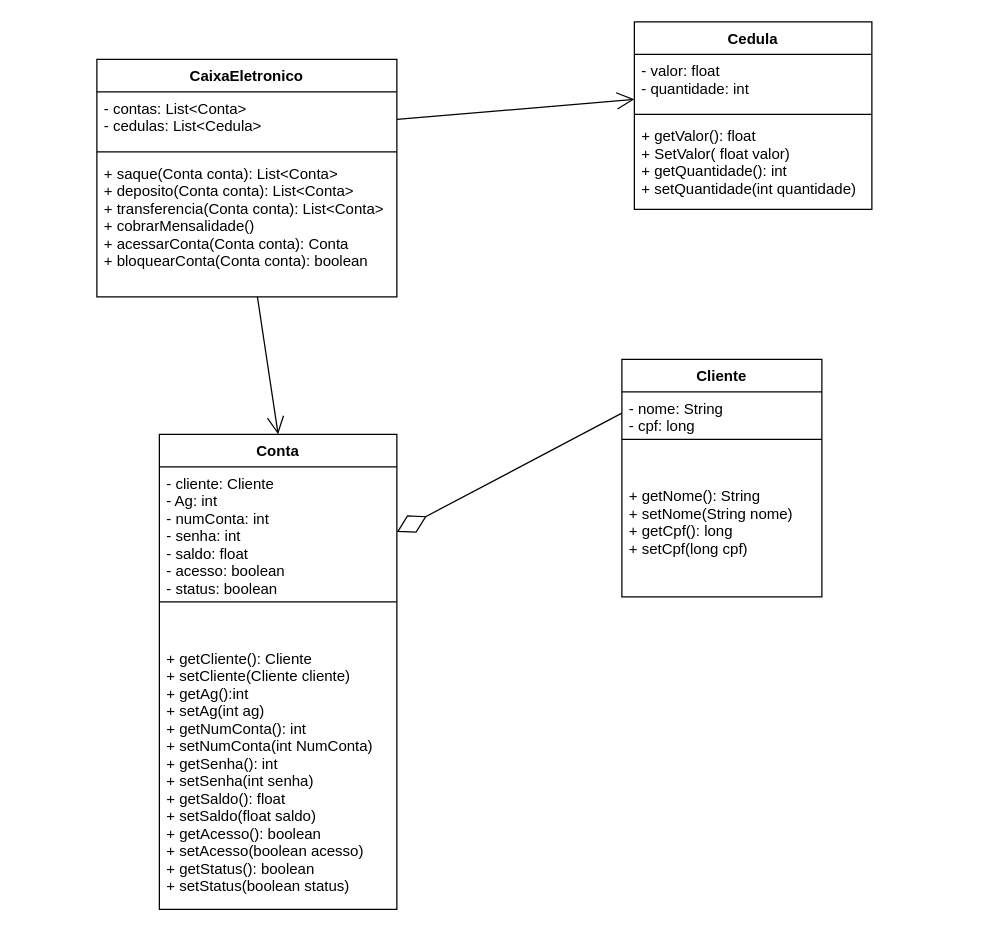
CarlosTorres2305/Bertoti keeps this draw.io diagram as Engenharia de software/DiagramaClasses.drawio. Above is the earlier version. Source tidied: cells renumbered, new cells numbered last; positions are measured from the earlier drawing's top-left corner, leaving out a move shared by most shapes. Both pictures are drawn from the tidied source at 125%, with x=0, y=0 at pixel (96, 21).
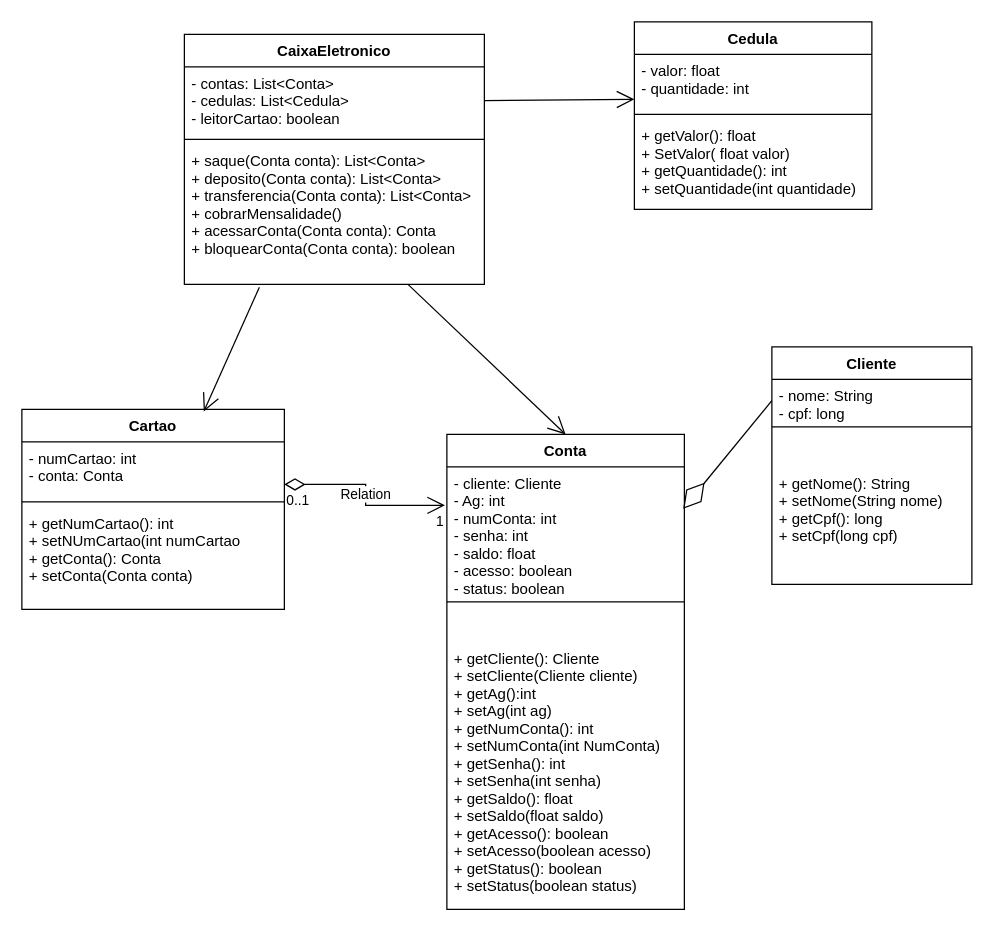
Above is the later version.

Commit message:
atualização classes

Unchanged cells that the change refers to:
```xml
<mxCell id="7" value="- cliente: Cliente&#10;- Ag: int&#10;- numConta: int&#10;- senha: int&#10;- saldo: float&#10;- acesso: boolean&#10;- status: boolean" style="text;strokeColor=none;fillColor=none;align=left;verticalAlign=top;spacingLeft=4;spacingRight=4;overflow=hidden;points=[[0,0.5],[1,0.5]];portConstraint=eastwest;" parent="6" vertex="1">
  <mxGeometry y="26" width="190" height="104" as="geometry" />
</mxCell>
<mxCell id="11" value="- nome: String&#10;- cpf: long" style="text;strokeColor=none;fillColor=none;align=left;verticalAlign=top;spacingLeft=4;spacingRight=4;overflow=hidden;points=[[0,0.5],[1,0.5]];portConstraint=eastwest;" parent="10" vertex="1">
  <mxGeometry y="26" width="160" height="34" as="geometry" />
</mxCell>
```

What changed in the source:
```diff
@@
     <mxCell id="2" value="CaixaEletronico" style="swimlane;fontStyle=1;align=center;verticalAlign=top;horizontal=1;startSize=26;" parent="1" vertex="1">
-      <mxGeometry y="30" width="240" height="190" as="geometry" />
+      <mxGeometry x="70" y="10" width="240" height="200" as="geometry" />
     </mxCell>
-    <mxCell id="3" value="- contas: List&lt;Conta&gt;&#10;- cedulas: List&lt;Cedula&gt;" style="text;strokeColor=none;fillColor=none;align=left;verticalAlign=top;spacingLeft=4;spacingRight=4;overflow=hidden;points=[[0,0.5],[1,0.5]];portConstraint=eastwest;" parent="2" vertex="1">
-      <mxGeometry y="26" width="240" height="44" as="geometry" />
+    <mxCell id="3" value="- contas: List&lt;Conta&gt;&#10;- cedulas: List&lt;Cedula&gt;&#10;- leitorCartao: boolean" style="text;strokeColor=none;fillColor=none;align=left;verticalAlign=top;spacingLeft=4;spacingRight=4;overflow=hidden;points=[[0,0.5],[1,0.5]];portConstraint=eastwest;" parent="2" vertex="1">
+      <mxGeometry y="26" width="240" height="54" as="geometry" />
     </mxCell>
     <mxCell id="4" style="line;strokeWidth=1;fillColor=none;align=left;verticalAlign=middle;spacingTop=-1;spacingLeft=3;spacingRight=3;labelPosition=right;strokeColor=inherit;" parent="2" vertex="1">
-      <mxGeometry y="70" width="240" height="8" as="geometry" />
+      <mxGeometry y="80" width="240" height="8" as="geometry" />
     </mxCell>
     <mxCell id="5" value="+ saque(Conta conta): List&lt;Conta&gt;&#10;+ deposito(Conta conta): List&lt;Conta&gt;&#10;+ transferencia(Conta conta): List&lt;Conta&gt;&#10;+ cobrarMensalidade()&#10;+ acessarConta(Conta conta): Conta&#10;+ bloquearConta(Conta conta): boolean" style="text;strokeColor=none;fillColor=none;align=left;verticalAlign=top;spacingLeft=4;spacingRight=4;overflow=hidden;points=[[0,0.5],[1,0.5]];portConstraint=eastwest;" parent="2" vertex="1">
-      <mxGeometry y="78" width="240" height="112" as="geometry" />
+      <mxGeometry y="88" width="240" height="112" as="geometry" />
     </mxCell>
     <mxCell id="6" value="Conta" style="swimlane;fontStyle=1;align=center;verticalAlign=top;horizontal=1;startSize=26;" parent="1" vertex="1">
-      <mxGeometry x="50" y="330" width="190" height="380" as="geometry" />
+      <mxGeometry x="280" y="330" width="190" height="380" as="geometry" />
     </mxCell>
@@
     <mxCell id="10" value="Cliente" style="swimlane;fontStyle=1;align=center;verticalAlign=top;horizontal=1;startSize=26;" parent="1" vertex="1">
-      <mxGeometry x="420" y="270" width="160" height="190" as="geometry" />
+      <mxGeometry x="540" y="260" width="160" height="190" as="geometry" />
     </mxCell>
@@
-    <mxCell id="15" style="endArrow=diamondThin;endFill=0;endSize=24;html=1;rounded=0;entryX=1;entryY=0.5;entryDx=0;entryDy=0;exitX=0;exitY=0.5;exitDx=0;exitDy=0;" parent="1" edge="1" source="11" target="7">
+    <mxCell id="15" style="endArrow=diamondThin;endFill=0;endSize=24;html=1;rounded=0;entryX=0.995;entryY=0.323;entryDx=0;entryDy=0;exitX=0;exitY=0.5;exitDx=0;exitDy=0;entryPerimeter=0;" parent="1" edge="1" source="11" target="7">
       <mxGeometry relative="1" as="geometry" />
     </mxCell>
@@
+    <mxCell id="21" value="Cartao" style="swimlane;fontStyle=1;align=center;verticalAlign=top;horizontal=1;startSize=26;" parent="1" vertex="1">
+      <mxGeometry x="-60" y="310" width="210" height="160" as="geometry" />
+    </mxCell>
+    <mxCell id="22" value="- numCartao: int&#10;- conta: Conta" style="text;strokeColor=none;fillColor=none;align=left;verticalAlign=top;spacingLeft=4;spacingRight=4;overflow=hidden;points=[[0,0.5],[1,0.5]];portConstraint=eastwest;" parent="21" vertex="1">
+      <mxGeometry y="26" width="210" height="44" as="geometry" />
+    </mxCell>
+    <mxCell id="23" style="line;strokeWidth=1;fillColor=none;align=left;verticalAlign=middle;spacingTop=-1;spacingLeft=3;spacingRight=3;labelPosition=right;strokeColor=inherit;" parent="21" vertex="1">
+      <mxGeometry y="70" width="210" height="8" as="geometry" />
+    </mxCell>
+    <mxCell id="24" value="+ getNumCartao(): int&#10;+ setNUmCartao(int numCartao&#10;+ getConta(): Conta&#10;+ setConta(Conta conta)" style="text;strokeColor=none;fillColor=none;align=left;verticalAlign=top;spacingLeft=4;spacingRight=4;overflow=hidden;" parent="21" vertex="1">
+      <mxGeometry y="78" width="210" height="82" as="geometry" />
+    </mxCell>
+    <mxCell id="25" style="endArrow=open;endFill=1;endSize=12;html=1;rounded=0;entryX=0.693;entryY=0.011;entryDx=0;entryDy=0;exitX=0.25;exitY=1.02;exitDx=0;exitDy=0;exitPerimeter=0;entryPerimeter=0;" parent="1" edge="1" source="5" target="21">
+      <mxGeometry relative="1" as="geometry" />
+    </mxCell>
+    <mxCell id="26" value="Relation" style="endArrow=open;html=1;endSize=12;startArrow=diamondThin;startSize=14;startFill=0;edgeStyle=orthogonalEdgeStyle;rounded=0;exitX=1;exitY=0.773;exitDx=0;exitDy=0;exitPerimeter=0;entryX=-0.008;entryY=0.296;entryDx=0;entryDy=0;entryPerimeter=0;" parent="1" edge="1" source="22" target="7">
+      <mxGeometry relative="1" as="geometry" />
+    </mxCell>
+    <mxCell id="27" value="0..1" style="edgeLabel;html=1;align=left;verticalAlign=top;" parent="26" vertex="1">
+      <mxGeometry x="-1" relative="1" as="geometry" />
+    </mxCell>
+    <mxCell id="28" value="1" style="edgeLabel;html=1;align=right;verticalAlign=top;" parent="26" vertex="1">
+      <mxGeometry x="1" relative="1" as="geometry" />
+    </mxCell>
```
